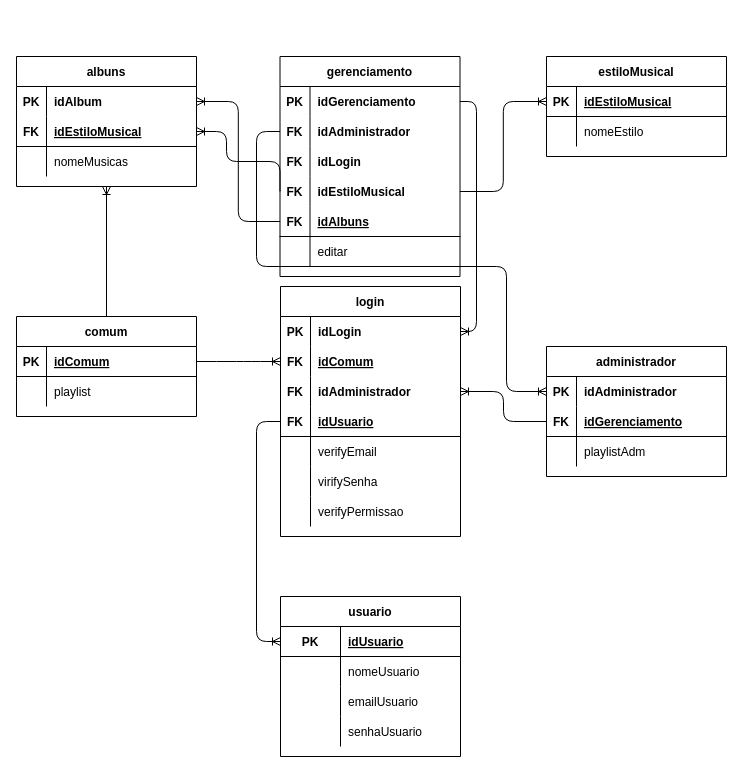
Before: Exercícios-aula3/1.4-exercicio-optus/1.4-exercicio-optus-conceitual.drawio in Samel-OP/Senai_Sprint1_BD, a draw.io diagram. Source tidied: cells renumbered, new cells numbered last; positions are measured from the earlier drawing's top-left corner, leaving out a move shared by most shapes. Both pictures are drawn from the tidied source at 100%, with x=0, y=0 at pixel (16, 56).
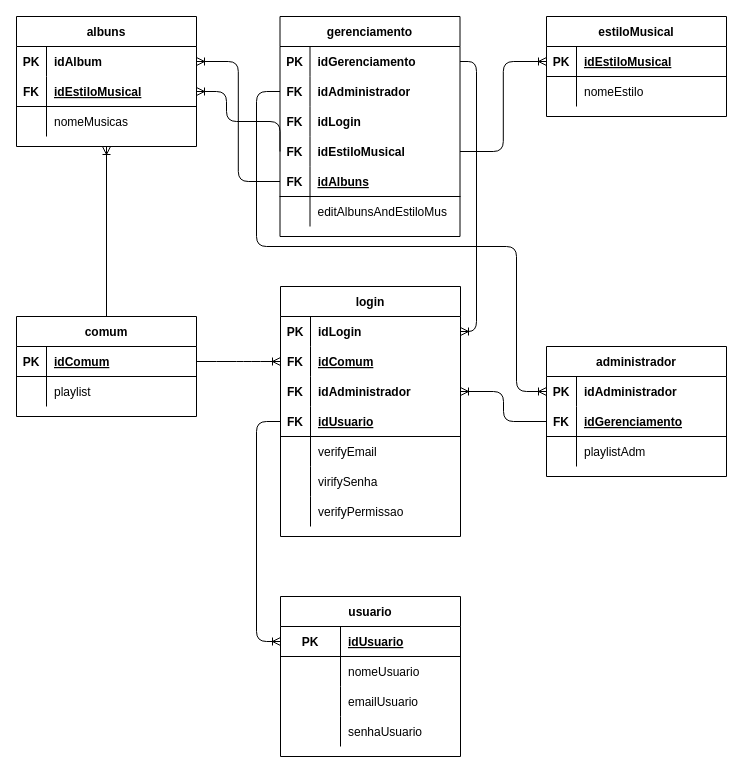
The same page after the edit.

The change refers to these unchanged cells:
```xml
<mxCell id="6" style="shape=partialRectangle;fillColor=none;top=0;left=0;bottom=1;right=0;points=[[0,0.5],[1,0.5]];portConstraint=eastwest;" parent="2" vertex="1">
  <mxGeometry y="60" width="180" height="30" as="geometry" />
</mxCell>
<mxCell id="20" style="shape=partialRectangle;fillColor=none;top=0;left=0;bottom=0;right=0;points=[[0,0.5],[1,0.5]];portConstraint=eastwest;" parent="19" vertex="1">
  <mxGeometry y="30" width="180" height="30" as="geometry" />
</mxCell>
<mxCell id="55" style="shape=partialRectangle;fillColor=none;top=0;left=0;bottom=0;right=0;points=[[0,0.5],[1,0.5]];portConstraint=eastwest;" parent="54" vertex="1">
  <mxGeometry y="30" width="180" height="30" as="geometry" />
</mxCell>
<mxCell id="72" style="shape=partialRectangle;fillColor=none;top=0;left=0;bottom=0;right=0;points=[[0,0.5],[1,0.5]];portConstraint=eastwest;" parent="71" vertex="1">
  <mxGeometry y="30" width="180" height="30" as="geometry" />
</mxCell>
<mxCell id="75" style="shape=partialRectangle;fillColor=none;top=0;left=0;bottom=0;right=0;points=[[0,0.5],[1,0.5]];portConstraint=eastwest;" parent="71" vertex="1">
  <mxGeometry y="60" width="180" height="30" as="geometry" />
</mxCell>
<mxCell id="81" style="shape=partialRectangle;fillColor=none;top=0;left=0;bottom=0;right=0;points=[[0,0.5],[1,0.5]];portConstraint=eastwest;" parent="71" vertex="1">
  <mxGeometry y="120" width="180" height="30" as="geometry" />
</mxCell>
<mxCell id="87" style="shape=partialRectangle;fillColor=none;top=0;left=0;bottom=0;right=0;" parent="71" vertex="1">
  <mxGeometry y="180" width="180" height="30" as="geometry" />
</mxCell>
```

Diff of the diagram source:
```diff
@@
     <mxCell id="2" value="albuns" style="shape=table;startSize=30;childLayout=tableLayout;rowLines=0;fontStyle=1;align=center;" parent="1" vertex="1">
-      <mxGeometry width="180" height="130" as="geometry" />
+      <mxGeometry y="-40" width="180" height="130" as="geometry" />
     </mxCell>
@@
     <mxCell id="12" value="estiloMusical" style="shape=table;startSize=30;childLayout=tableLayout;rowLines=0;fontStyle=1;align=center;" parent="1" vertex="1">
-      <mxGeometry x="530" width="180" height="100" as="geometry" />
+      <mxGeometry x="530" y="-40" width="180" height="100" as="geometry" />
     </mxCell>
@@
     <mxCell id="71" value="gerenciamento" style="shape=table;startSize=30;childLayout=tableLayout;rowLines=0;fontStyle=1;align=center;" parent="1" vertex="1">
-      <mxGeometry x="263.5" width="180" height="220" as="geometry" />
+      <mxGeometry x="263.5" y="-40" width="180" height="220" as="geometry" />
     </mxCell>
@@
-    <mxCell id="89" value="editar" style="shape=partialRectangle;fillColor=none;top=0;left=0;bottom=0;right=0;align=left;spacingLeft=6;overflow=hidden;" parent="87" vertex="1">
+    <mxCell id="89" value="editAlbunsAndEstiloMus" style="shape=partialRectangle;fillColor=none;top=0;left=0;bottom=0;right=0;align=left;spacingLeft=6;overflow=hidden;" parent="87" vertex="1">
       <mxGeometry x="30" width="150" height="30" as="geometry" />
     </mxCell>
@@
     <mxCell id="92" style="edgeStyle=orthogonalEdgeStyle;fontSize=12;html=1;endArrow=ERoneToMany;entryX=1;entryY=0.5;entryDx=0;entryDy=0;exitX=1;exitY=0.5;exitDx=0;exitDy=0;" parent="1" edge="1" source="72" target="20">
       <mxGeometry relative="1" as="geometry">
         <Array as="points">
-          <mxPoint x="460" y="45" />
+          <mxPoint x="460" y="5" />
           <mxPoint x="460" y="275" />
         </Array>
       </mxGeometry>
     </mxCell>
@@
     <mxCell id="97" style="edgeStyle=orthogonalEdgeStyle;fontSize=12;html=1;endArrow=ERoneToMany;entryX=1;entryY=0.5;entryDx=0;entryDy=0;exitX=0;exitY=0.5;exitDx=0;exitDy=0;" parent="1" edge="1" source="81" target="6">
       <mxGeometry relative="1" as="geometry">
         <Array as="points">
-          <mxPoint x="210" y="105" />
-          <mxPoint x="210" y="75" />
+          <mxPoint x="210" y="65" />
+          <mxPoint x="210" y="35" />
         </Array>
       </mxGeometry>
     </mxCell>
     <mxCell id="98" style="edgeStyle=orthogonalEdgeStyle;fontSize=12;html=1;endArrow=ERoneToMany;exitX=0;exitY=0.5;exitDx=0;exitDy=0;entryX=0;entryY=0.5;entryDx=0;entryDy=0;" parent="1" edge="1" source="75" target="55">
       <mxGeometry relative="1" as="geometry">
         <Array as="points">
-          <mxPoint x="240" y="75" />
-          <mxPoint x="240" y="210" />
-          <mxPoint x="490" y="210" />
-          <mxPoint x="490" y="335" />
+          <mxPoint x="240" y="35" />
+          <mxPoint x="240" y="190" />
+          <mxPoint x="500" y="190" />
+          <mxPoint x="500" y="335" />
         </Array>
       </mxGeometry>
     </mxCell>
```
